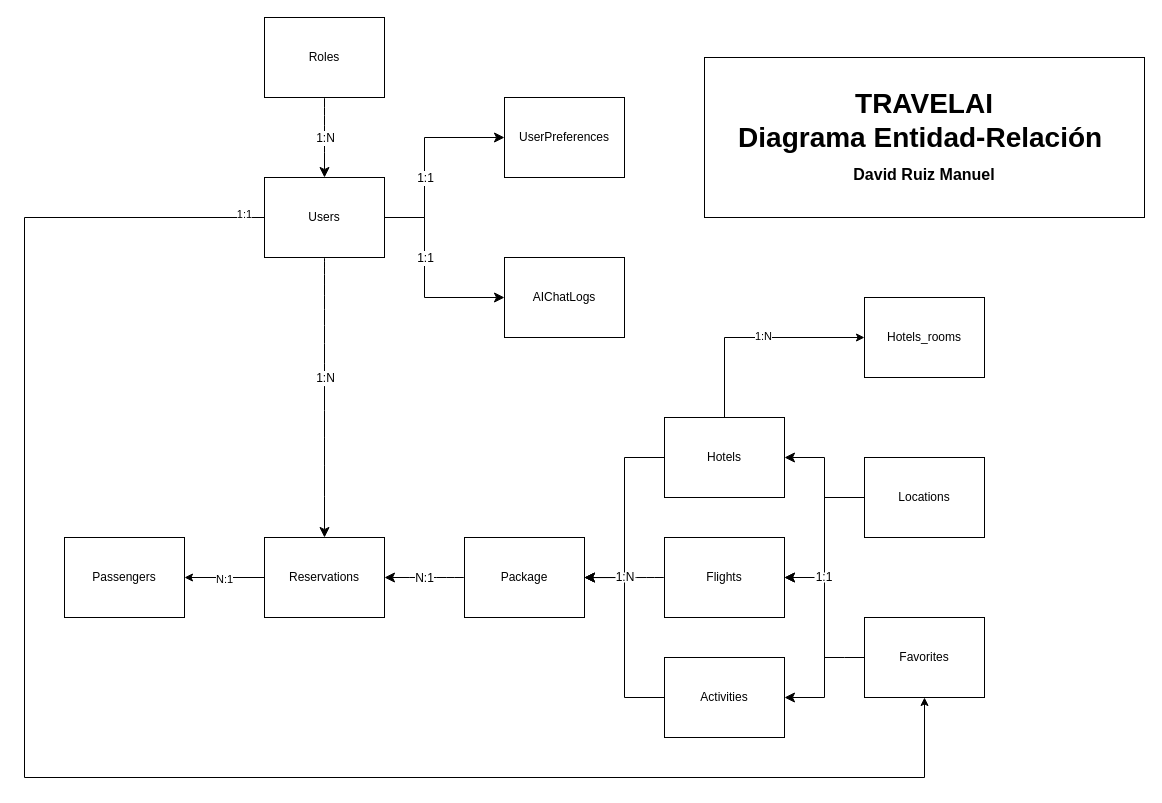
druiman1608/TravelAI keeps this draw.io diagram as page "EntidadRelacion" (2 of 2) of DocumentosExtra/EntidadRelacion/TravelAI.drawio. Above is the earlier version. Source tidied: cells renumbered, new cells numbered last; positions are measured from the earlier drawing's top-left corner, leaving out a move shared by most shapes. Both pictures are drawn from the tidied source at 100%, with x=0, y=0 at pixel (24, 17).
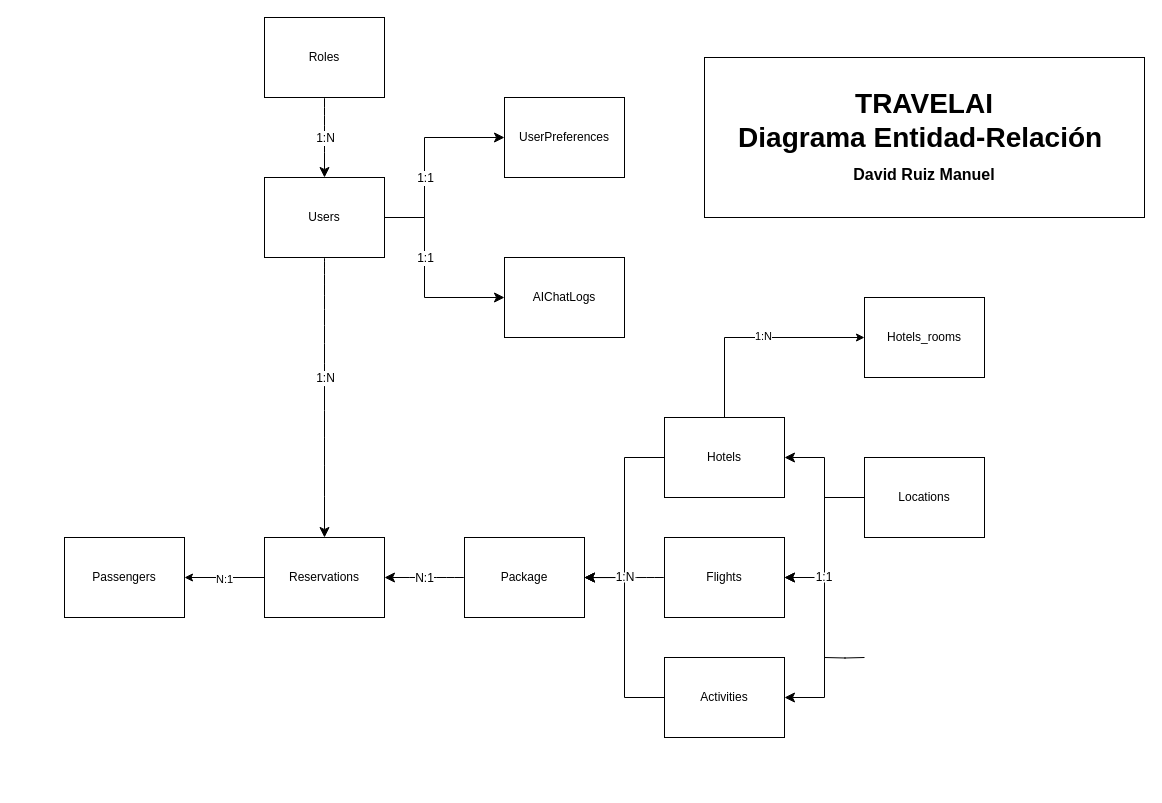
Above is the later version.

Unchanged cells that the change refers to:
```xml
<mxCell id="10" value="Users" style="rounded=0;whiteSpace=wrap;html=1;fillStyle=auto;" parent="1" vertex="1">
  <mxGeometry x="240" y="160" width="120" height="80" as="geometry" />
</mxCell>
```

The edit, as a diff of the source:
```diff
@@
-    <mxCell id="8" style="edgeStyle=orthogonalEdgeStyle;rounded=0;jettySize=auto;html=1;exitX=0;exitY=0.5;exitDx=0;exitDy=0;entryX=0.5;entryY=1;entryDx=0;entryDy=0;" parent="1" edge="1" source="10" target="41">
-      <mxGeometry relative="1" as="geometry">
-        <Array as="points">
-          <mxPoint y="200" />
-          <mxPoint y="760" />
-          <mxPoint x="900" y="760" />
-        </Array>
-      </mxGeometry>
-    </mxCell>
-    <mxCell id="9" value="1:1" style="edgeLabel;html=1;align=center;verticalAlign=middle;" parent="8" vertex="1">
-      <mxGeometry x="-0.42" relative="1" as="geometry">
-        <mxPoint x="219" y="-280" as="offset" />
-      </mxGeometry>
-    </mxCell>
@@
-    <mxCell id="40" style="edgeStyle=orthogonalEdgeStyle;rounded=0;jettySize=auto;html=1;exitX=0;exitY=0.5;exitDx=0;exitDy=0;endArrow=none;endFill=0;" parent="1" edge="1" source="41">
+    <mxCell id="40" style="edgeStyle=orthogonalEdgeStyle;rounded=0;orthogonalLoop=1;jettySize=auto;html=1;exitX=0;exitY=0.5;exitDx=0;exitDy=0;endArrow=none;endFill=0;" parent="1" edge="1">
       <mxGeometry relative="1" as="geometry">
+        <mxPoint x="840" y="640" as="sourcePoint" />
         <mxPoint x="800" y="640" as="targetPoint" />
       </mxGeometry>
     </mxCell>
-    <mxCell id="41" value="Favorites" style="rounded=0;whiteSpace=wrap;html=1;fillStyle=auto;" parent="1" vertex="1">
-      <mxGeometry x="840" y="600" width="120" height="80" as="geometry" />
-    </mxCell>
```
